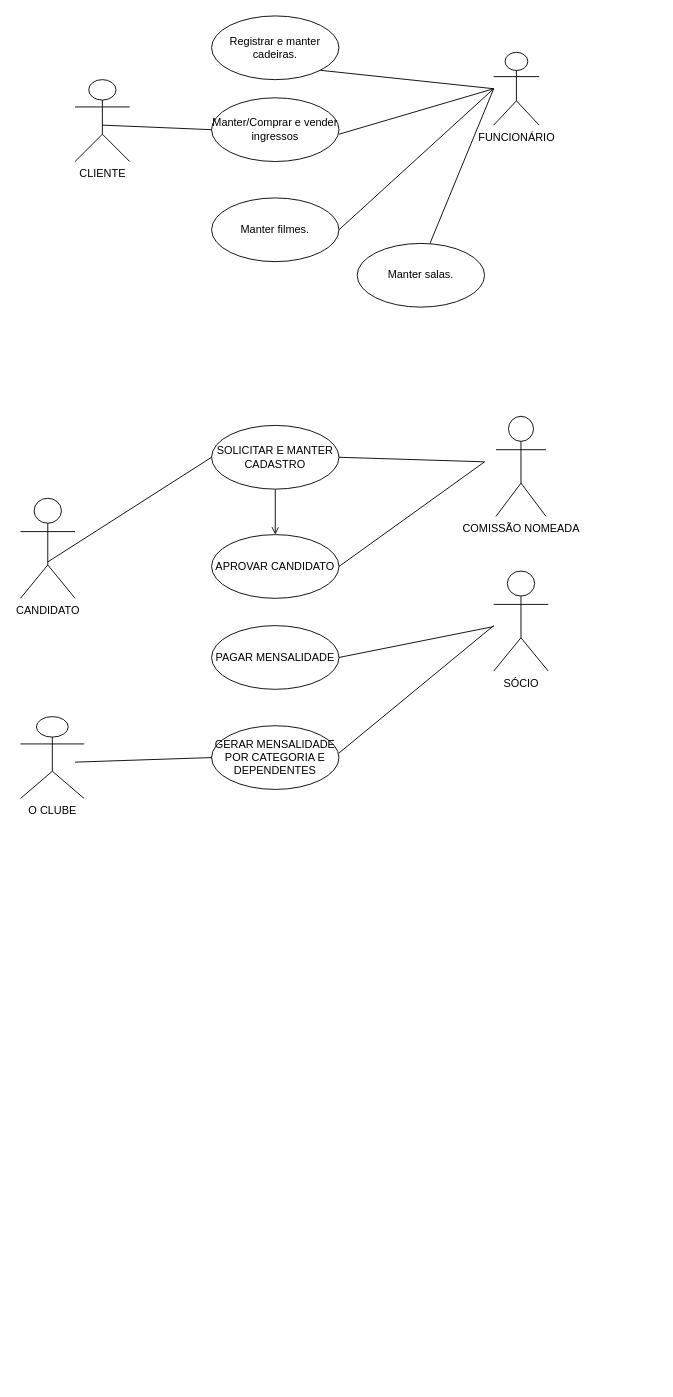
This is Diagrama sem nome.drawio from Tropeco25/exerciciosCasoDeUso, a draw.io file, before an edit. Source tidied: cells renumbered, new cells numbered last; positions are measured from the earlier drawing's top-left corner, leaving out a move shared by most shapes. Both pictures are drawn from the tidied source at 91%, with x=0, y=0 at pixel (20, 15).
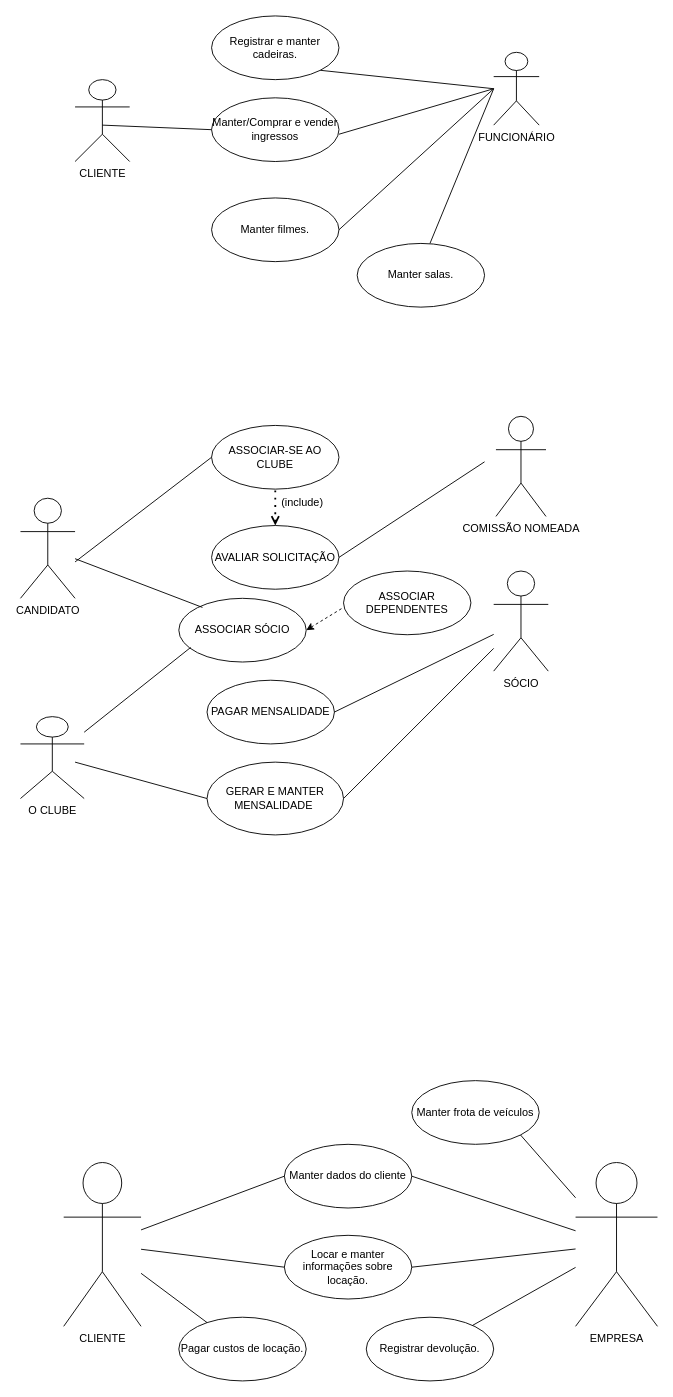
The same diagram, later.

Commit message:
Exercícios lista 2

The change refers to these unchanged cells:
```xml
<mxCell id="11" value="CANDIDATO" style="shape=umlActor;verticalLabelPosition=bottom;verticalAlign=top;html=1;outlineConnect=0;" parent="1" vertex="1">
  <mxGeometry y="530" width="60" height="110" as="geometry" />
</mxCell>
<mxCell id="12" value="SÓCIO" style="shape=umlActor;verticalLabelPosition=bottom;verticalAlign=top;html=1;outlineConnect=0;" parent="1" vertex="1">
  <mxGeometry x="520" y="610" width="60" height="110" as="geometry" />
</mxCell>
<mxCell id="21" value="O CLUBE" style="shape=umlActor;verticalLabelPosition=bottom;verticalAlign=top;html=1;outlineConnect=0;" parent="1" vertex="1">
  <mxGeometry y="770" width="70" height="90" as="geometry" />
</mxCell>
```

The edit, as a diff of the source:
```diff
@@
-    <mxCell id="14" style="edgeStyle=orthogonalEdgeStyle;rounded=0;jettySize=auto;html=1;entryX=0.5;entryY=0;entryDx=0;entryDy=0;endArrow=open;endFill=0;" parent="1" edge="1" source="15" target="23">
-      <mxGeometry relative="1" as="geometry" />
-    </mxCell>
-    <mxCell id="15" value="SOLICITAR E MANTER CADASTRO" style="ellipse;whiteSpace=wrap;html=1;" parent="1" vertex="1">
+    <mxCell id="15" value="ASSOCIAR-SE AO CLUBE" style="ellipse;whiteSpace=wrap;html=1;" parent="1" vertex="1">
       <mxGeometry x="210" y="450" width="140" height="70" as="geometry" />
     </mxCell>
-    <mxCell id="16" value="GERAR MENSALIDADE POR CATEGORIA E DEPENDENTES&lt;br&gt;" style="ellipse;whiteSpace=wrap;html=1;" parent="1" vertex="1">
-      <mxGeometry x="210" y="780" width="140" height="70" as="geometry" />
+    <mxCell id="16" value="GERAR E MANTER MENSALIDADE&amp;nbsp;" style="ellipse;whiteSpace=wrap;html=1;" parent="1" vertex="1">
+      <mxGeometry x="205" y="820" width="150" height="80" as="geometry" />
     </mxCell>
     <mxCell id="17" style="edgeStyle=none;html=1;endArrow=none;verticalAlign=bottom;rounded=0;entryX=0;entryY=0.5;entryDx=0;entryDy=0;" parent="1" edge="1" target="15">
       <mxGeometry relative="1" as="geometry">
-        <mxPoint x="30" y="600" as="sourcePoint" />
+        <mxPoint x="60" y="600" as="sourcePoint" />
       </mxGeometry>
     </mxCell>
-    <mxCell id="18" style="edgeStyle=none;html=1;endArrow=none;verticalAlign=bottom;rounded=0;exitX=1;exitY=0.5;exitDx=0;exitDy=0;" parent="1" edge="1" source="15">
-      <mxGeometry relative="1" as="geometry">
-        <mxPoint x="510" y="490" as="targetPoint" />
-      </mxGeometry>
-    </mxCell>
@@
-    <mxCell id="23" value="APROVAR CANDIDATO" style="ellipse;whiteSpace=wrap;html=1;" parent="1" vertex="1">
-      <mxGeometry x="210" y="570" width="140" height="70" as="geometry" />
+    <mxCell id="23" value="AVALIAR SOLICITAÇÃO" style="ellipse;whiteSpace=wrap;html=1;" parent="1" vertex="1">
+      <mxGeometry x="210" y="560" width="140" height="70" as="geometry" />
     </mxCell>
@@
     <mxCell id="25" value="PAGAR MENSALIDADE" style="ellipse;whiteSpace=wrap;html=1;" parent="1" vertex="1">
-      <mxGeometry x="210" y="670" width="140" height="70" as="geometry" />
+      <mxGeometry x="205" y="730" width="140" height="70" as="geometry" />
     </mxCell>
@@
-    <mxCell id="27" style="endArrow=none;html=1;rounded=0;" parent="1" edge="1">
-      <mxGeometry relative="1" as="geometry">
-        <mxPoint x="350" y="810" as="sourcePoint" />
-        <mxPoint x="520" y="670" as="targetPoint" />
-      </mxGeometry>
+    <mxCell id="27" style="endArrow=none;html=1;rounded=0;exitX=1;exitY=0.5;exitDx=0;exitDy=0;" parent="1" edge="1" source="16" target="12">
+      <mxGeometry relative="1" as="geometry" />
     </mxCell>
+    <mxCell id="28" value="CLIENTE" style="shape=umlActor;html=1;verticalLabelPosition=bottom;verticalAlign=top;align=center;" parent="1" vertex="1">
+      <mxGeometry x="47.5" y="1260" width="85" height="180" as="geometry" />
+    </mxCell>
+    <mxCell id="29" value="EMPRESA" style="shape=umlActor;html=1;verticalLabelPosition=bottom;verticalAlign=top;align=center;" parent="1" vertex="1">
+      <mxGeometry x="610" y="1260" width="90" height="180" as="geometry" />
+    </mxCell>
+    <mxCell id="30" style="endArrow=none;dashed=1;html=1;dashPattern=1 3;strokeWidth=2;rounded=0;exitX=0.5;exitY=0;exitDx=0;exitDy=0;startArrow=open;startFill=0;" parent="1" edge="1" source="23">
+      <mxGeometry relative="1" as="geometry">
+        <mxPoint x="280" y="520" as="targetPoint" />
+      </mxGeometry>
+    </mxCell>
+    <mxCell id="31" value="(include)" style="text;html=1;strokeColor=none;fillColor=none;align=center;verticalAlign=middle;whiteSpace=wrap;rounded=0;" parent="1" vertex="1">
+      <mxGeometry x="280" y="520" width="60" height="30" as="geometry" />
+    </mxCell>
+    <mxCell id="32" value="ASSOCIAR SÓCIO" style="ellipse;whiteSpace=wrap;html=1;" parent="1" vertex="1">
+      <mxGeometry x="174" y="640" width="140" height="70" as="geometry" />
+    </mxCell>
+    <mxCell id="33" style="edgeStyle=none;html=1;endArrow=none;verticalAlign=bottom;rounded=0;" parent="1" edge="1" source="11">
+      <mxGeometry relative="1" as="geometry">
+        <mxPoint x="200" y="650" as="targetPoint" />
+      </mxGeometry>
+    </mxCell>
+    <mxCell id="34" style="endArrow=none;html=1;rounded=0;entryX=0.093;entryY=0.771;entryDx=0;entryDy=0;entryPerimeter=0;" parent="1" edge="1" source="21" target="32">
+      <mxGeometry relative="1" as="geometry" />
+    </mxCell>
+    <mxCell id="35" value="ASSOCIAR DEPENDENTES" style="ellipse;whiteSpace=wrap;html=1;" parent="1" vertex="1">
+      <mxGeometry x="355" y="610" width="140" height="70" as="geometry" />
+    </mxCell>
+    <mxCell id="36" style="endArrow=none;html=1;rounded=0;exitX=1;exitY=0.5;exitDx=0;exitDy=0;endFill=0;startArrow=classic;startFill=1;dashed=1;" parent="1" edge="1" source="32">
+      <mxGeometry relative="1" as="geometry">
+        <mxPoint x="355" y="650" as="targetPoint" />
+      </mxGeometry>
+    </mxCell>
+    <mxCell id="37" value="Manter frota de veículos" style="ellipse;whiteSpace=wrap;html=1;" parent="1" vertex="1">
+      <mxGeometry x="430" y="1170" width="140" height="70" as="geometry" />
+    </mxCell>
+    <mxCell id="38" style="endArrow=none;html=1;rounded=0;entryX=1;entryY=1;entryDx=0;entryDy=0;" parent="1" edge="1" source="29" target="37">
+      <mxGeometry relative="1" as="geometry" />
+    </mxCell>
+    <mxCell id="39" value="Manter dados do cliente" style="ellipse;whiteSpace=wrap;html=1;" parent="1" vertex="1">
+      <mxGeometry x="290" y="1240" width="140" height="70" as="geometry" />
+    </mxCell>
+    <mxCell id="40" style="endArrow=none;html=1;rounded=0;entryX=0;entryY=0.5;entryDx=0;entryDy=0;" parent="1" edge="1" source="28" target="39">
+      <mxGeometry relative="1" as="geometry" />
+    </mxCell>
+    <mxCell id="41" style="endArrow=none;html=1;rounded=0;exitX=1;exitY=0.5;exitDx=0;exitDy=0;" parent="1" edge="1" source="39" target="29">
+      <mxGeometry relative="1" as="geometry" />
+    </mxCell>
+    <mxCell id="42" value="Locar e manter informações sobre locação." style="ellipse;whiteSpace=wrap;html=1;" parent="1" vertex="1">
+      <mxGeometry x="290" y="1340" width="140" height="70" as="geometry" />
+    </mxCell>
+    <mxCell id="43" style="endArrow=none;html=1;rounded=0;entryX=0;entryY=0.5;entryDx=0;entryDy=0;" parent="1" edge="1" source="28" target="42">
+      <mxGeometry relative="1" as="geometry" />
+    </mxCell>
+    <mxCell id="44" style="endArrow=none;html=1;rounded=0;exitX=1;exitY=0.5;exitDx=0;exitDy=0;" parent="1" edge="1" source="42" target="29">
+      <mxGeometry relative="1" as="geometry" />
+    </mxCell>
+    <mxCell id="45" value="Registrar devolução." style="ellipse;whiteSpace=wrap;html=1;" parent="1" vertex="1">
+      <mxGeometry x="380" y="1430" width="140" height="70" as="geometry" />
+    </mxCell>
+    <mxCell id="46" style="endArrow=none;html=1;rounded=0;" parent="1" edge="1" source="45" target="29">
+      <mxGeometry relative="1" as="geometry" />
+    </mxCell>
+    <mxCell id="47" value="Pagar custos de locação." style="ellipse;whiteSpace=wrap;html=1;" parent="1" vertex="1">
+      <mxGeometry x="174" y="1430" width="140" height="70" as="geometry" />
+    </mxCell>
+    <mxCell id="48" style="endArrow=none;html=1;rounded=0;" parent="1" edge="1" source="47" target="28">
+      <mxGeometry relative="1" as="geometry" />
+    </mxCell>
```
